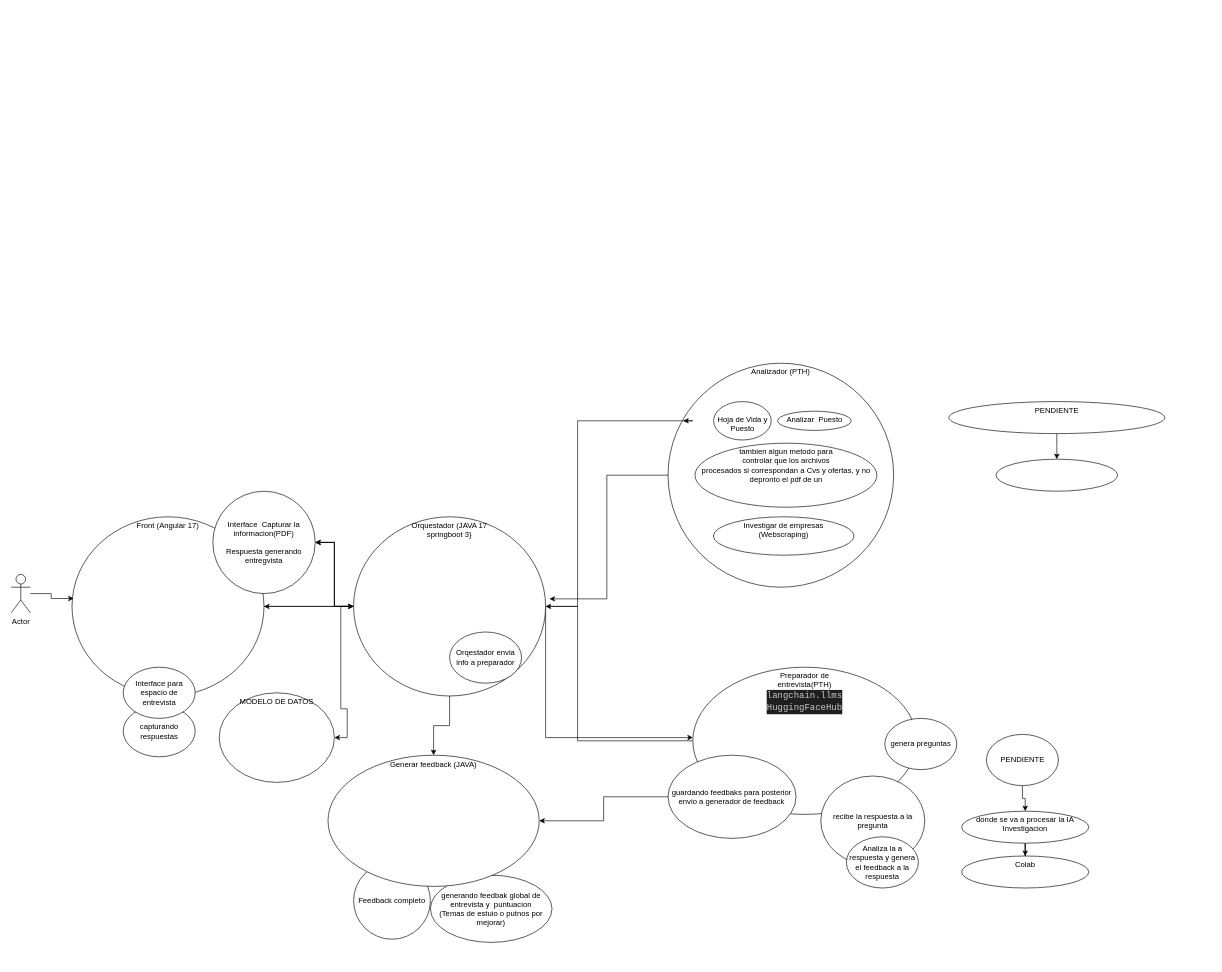
This is page "Diagrama de arquitectura" (2 of 3) of SistemaEntrevistasInteligentes.drawio from EntrevistadorInteligente/si-architecture-diagrams, a draw.io file, before an edit. Source tidied: cells renumbered, new cells numbered last; positions are measured from the earlier drawing's top-left corner, leaving out a move shared by most shapes. Both pictures are drawn from the tidied source at 64%, with x=0, y=0 at pixel (11, 363).
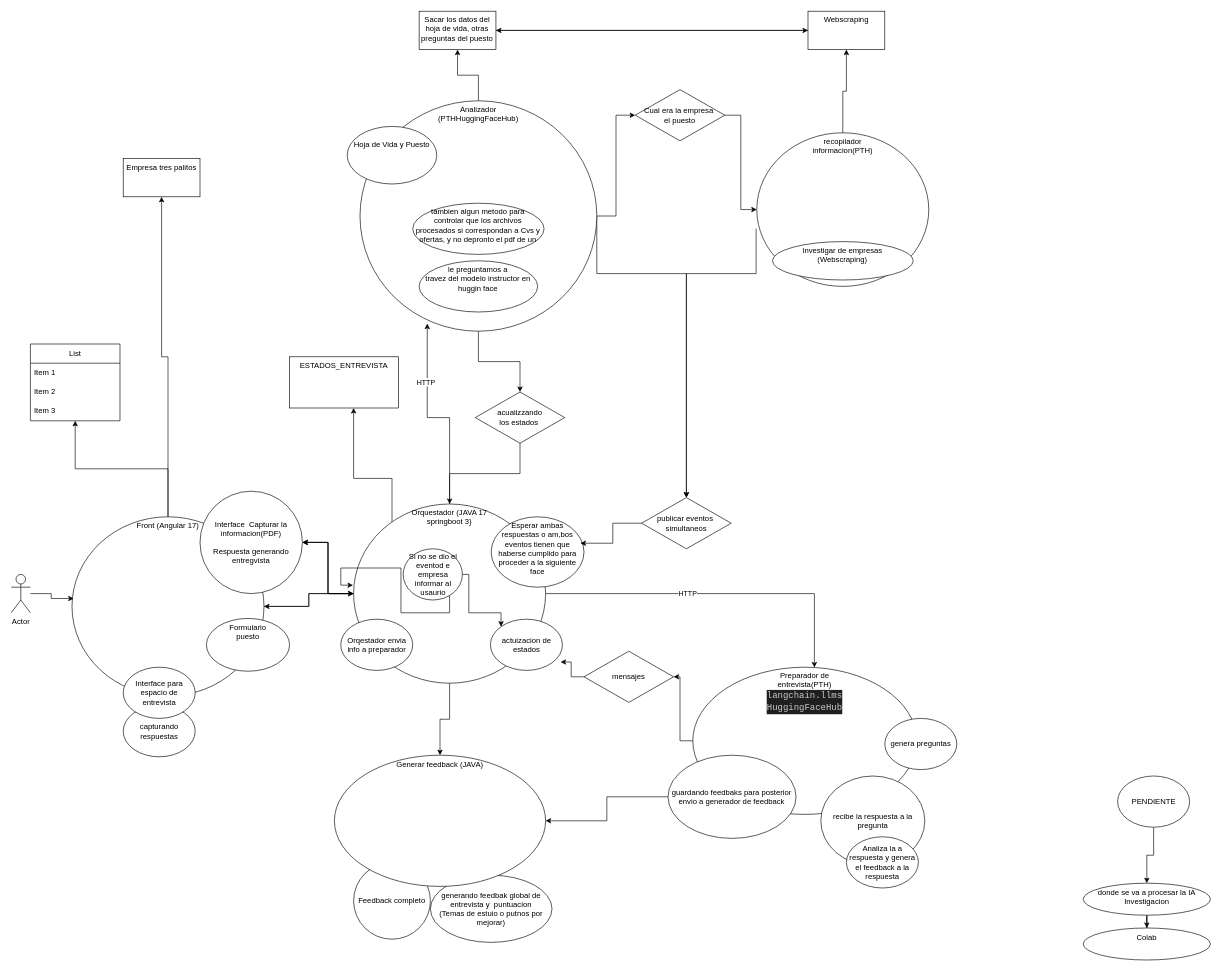
After the change.

The change refers to these unchanged cells:
```xml
<mxCell id="14" value="Preparador de &lt;br&gt;entrevista(PTH)&lt;br&gt;&lt;div style=&quot;color: rgb(204, 204, 204); background-color: rgb(31, 31, 31); font-family: Consolas, &amp;quot;Courier New&amp;quot;, monospace; font-size: 14px; line-height: 19px;&quot;&gt;langchain.llms &lt;br&gt;HuggingFaceHub&lt;/div&gt;" style="ellipse;whiteSpace=wrap;html=1;verticalAlign=top;" parent="1" vertex="1">
  <mxGeometry x="1065" y="475" width="350" height="230" as="geometry" />
</mxCell>
<mxCell id="19" value="Front (Angular 17)" style="ellipse;whiteSpace=wrap;html=1;verticalAlign=top;" parent="1" vertex="1">
  <mxGeometry x="95" y="240" width="300" height="280" as="geometry" />
</mxCell>
```

What changed in the source:
```diff
@@
-    <mxCell id="2" style="edgeStyle=orthogonalEdgeStyle;rounded=0;jettySize=auto;html=1;" parent="1" edge="1" source="8" target="14">
-      <mxGeometry relative="1" as="geometry">
-        <Array as="points">
-          <mxPoint x="835" y="585" />
-        </Array>
-      </mxGeometry>
-    </mxCell>
@@
-    <mxCell id="7" style="edgeStyle=orthogonalEdgeStyle;rounded=0;jettySize=auto;html=1;" parent="1" edge="1" source="8" target="38">
-      <mxGeometry relative="1" as="geometry" />
-    </mxCell>
+    <mxCell id="44" style="edgeStyle=orthogonalEdgeStyle;rounded=0;jettySize=auto;html=1;" parent="1" edge="1" source="8" target="51">
+      <mxGeometry relative="1" as="geometry">
+        <Array as="points">
+          <mxPoint x="595" y="180" />
+          <mxPoint x="535" y="180" />
+          <mxPoint x="535" y="30" />
+        </Array>
+      </mxGeometry>
+    </mxCell>
+    <mxCell id="2" style="edgeStyle=orthogonalEdgeStyle;rounded=0;jettySize=auto;html=1;" parent="1" edge="1" source="8" target="14">
+      <mxGeometry relative="1" as="geometry">
+        <Array as="points">
+          <mxPoint x="1255" y="360" />
+        </Array>
+      </mxGeometry>
+    </mxCell>
+    <mxCell id="45" value="HTTP" style="edgeLabel;html=1;align=center;verticalAlign=middle;" parent="2" vertex="1">
+      <mxGeometry x="-0.06" y="-3" relative="1" as="geometry">
+        <mxPoint x="-31" y="-3" as="offset" />
+      </mxGeometry>
+    </mxCell>
     <mxCell id="8" value="Orquestador (JAVA 17&lt;br&gt;springboot 3}" style="ellipse;whiteSpace=wrap;html=1;verticalAlign=top;" parent="1" vertex="1">
-      <mxGeometry x="535" y="240" width="300" height="280" as="geometry" />
+      <mxGeometry x="535" y="220" width="300" height="280" as="geometry" />
     </mxCell>
+    <mxCell id="46" style="edgeStyle=orthogonalEdgeStyle;rounded=0;jettySize=auto;html=1;" parent="1" edge="1" source="9" target="71">
+      <mxGeometry relative="1" as="geometry" />
+    </mxCell>
+    <mxCell id="47" style="edgeStyle=orthogonalEdgeStyle;rounded=0;jettySize=auto;html=1;entryX=0.5;entryY=0;entryDx=0;entryDy=0;exitX=-0.004;exitY=0.624;exitDx=0;exitDy=0;exitPerimeter=0;" parent="1" edge="1" source="9" target="73">
+      <mxGeometry relative="1" as="geometry">
+        <Array as="points">
+          <mxPoint x="1164" y="-140" />
+          <mxPoint x="1055" y="-140" />
+        </Array>
+      </mxGeometry>
+    </mxCell>
-    <mxCell id="9" value="Analizador (PTH)" style="ellipse;whiteSpace=wrap;html=1;verticalAlign=top;" parent="1" vertex="1">
-      <mxGeometry x="1026.3" width="352.5" height="350" as="geometry" />
+    <mxCell id="9" value="recopilador&lt;br&gt;informacion(PTH)" style="ellipse;whiteSpace=wrap;html=1;verticalAlign=top;" parent="1" vertex="1">
+      <mxGeometry x="1165" y="-360" width="268.7" height="240" as="geometry" />
     </mxCell>
-    <mxCell id="10" value="&lt;br&gt;Hoja de Vida y Puesto" style="ellipse;whiteSpace=wrap;html=1;verticalAlign=top;" parent="1" vertex="1">
-      <mxGeometry x="1097.5" y="60" width="90" height="60" as="geometry" />
-    </mxCell>
-    <mxCell id="11" value="Analizar&amp;nbsp;&amp;nbsp;Puesto" style="ellipse;whiteSpace=wrap;html=1;verticalAlign=top;" parent="1" vertex="1">
-      <mxGeometry x="1197.5" y="75" width="115" height="30" as="geometry" />
-    </mxCell>
     <mxCell id="12" value="Investigar de empresas&lt;br&gt;(Webscraping)" style="ellipse;whiteSpace=wrap;html=1;verticalAlign=top;" parent="1" vertex="1">
-      <mxGeometry x="1097" y="240" width="220" height="60" as="geometry" />
+      <mxGeometry x="1189.4" y="-190" width="220" height="60" as="geometry" />
     </mxCell>
-    <mxCell id="13" style="edgeStyle=orthogonalEdgeStyle;rounded=0;jettySize=auto;html=1;" parent="1" edge="1" source="14" target="8">
-      <mxGeometry relative="1" as="geometry">
-        <Array as="points">
-          <mxPoint x="885" y="590" />
-          <mxPoint x="885" y="380" />
-        </Array>
-      </mxGeometry>
-    </mxCell>
+    <mxCell id="48" style="edgeStyle=orthogonalEdgeStyle;rounded=0;jettySize=auto;html=1;" parent="1" edge="1" source="14" target="75">
+      <mxGeometry relative="1" as="geometry" />
+    </mxCell>
@@
-    <mxCell id="15" style="edgeStyle=orthogonalEdgeStyle;rounded=0;jettySize=auto;html=1;entryX=0.067;entryY=0.257;entryDx=0;entryDy=0;entryPerimeter=0;" parent="1" edge="1" source="8" target="9">
-      <mxGeometry relative="1" as="geometry">
-        <Array as="points">
-          <mxPoint x="885" y="380" />
-          <mxPoint x="885" y="90" />
-          <mxPoint x="1065" y="90" />
-        </Array>
-      </mxGeometry>
-    </mxCell>
     <mxCell id="16" value="Orqestador envia info a preparador" style="ellipse;whiteSpace=wrap;html=1;" parent="1" vertex="1">
-      <mxGeometry x="685" y="420" width="112.5" height="80" as="geometry" />
+      <mxGeometry x="514.9" y="400" width="112.5" height="80" as="geometry" />
     </mxCell>
@@
+    <mxCell id="49" style="edgeStyle=orthogonalEdgeStyle;rounded=0;jettySize=auto;html=1;" parent="1" edge="1" source="19" target="61">
+      <mxGeometry relative="1" as="geometry" />
+    </mxCell>
+    <mxCell id="50" style="edgeStyle=orthogonalEdgeStyle;rounded=0;jettySize=auto;html=1;" parent="1" edge="1" source="19" target="78">
+      <mxGeometry relative="1" as="geometry" />
+    </mxCell>
@@
     <mxCell id="27" value="Generar feedback (JAVA)" style="ellipse;whiteSpace=wrap;html=1;verticalAlign=top;" parent="1" vertex="1">
-      <mxGeometry x="495" y="612.5" width="330" height="205" as="geometry" />
+      <mxGeometry x="505" y="612.5" width="330" height="205" as="geometry" />
     </mxCell>
@@
     <mxCell id="31" value="Interface&amp;nbsp; Capturar la informacion(PDF)&lt;br&gt;&lt;br&gt;Respuesta generando entregvista" style="ellipse;whiteSpace=wrap;html=1;" parent="1" vertex="1">
-      <mxGeometry x="315" y="200" width="160" height="160" as="geometry" />
+      <mxGeometry x="295" y="200" width="160" height="160" as="geometry" />
     </mxCell>
@@
-    <mxCell id="33" value="tambien algun metodo para &lt;br&gt;controlar que los archivos &lt;br&gt;procesados si correspondan a Cvs y ofertas, y no depronto el pdf de un" style="ellipse;whiteSpace=wrap;html=1;verticalAlign=top;" parent="1" vertex="1">
-      <mxGeometry x="1068.5" y="125" width="284.1" height="100" as="geometry" />
-    </mxCell>
-    <mxCell id="34" style="ellipse;whiteSpace=wrap;html=1;verticalAlign=top;" parent="1" vertex="1">
-      <mxGeometry x="1538.8" y="150" width="190" height="50" as="geometry" />
-    </mxCell>
-    <mxCell id="35" style="edgeStyle=orthogonalEdgeStyle;rounded=0;jettySize=auto;html=1;" parent="1" edge="1" source="36" target="34">
-      <mxGeometry relative="1" as="geometry" />
-    </mxCell>
-    <mxCell id="36" value="PENDIENTE" style="ellipse;whiteSpace=wrap;html=1;verticalAlign=top;" parent="1" vertex="1">
-      <mxGeometry x="1465" y="60" width="337.5" height="50" as="geometry" />
-    </mxCell>
-    <mxCell id="37" style="edgeStyle=orthogonalEdgeStyle;rounded=0;jettySize=auto;html=1;entryX=1.02;entryY=0.458;entryDx=0;entryDy=0;entryPerimeter=0;" parent="1" edge="1" source="9" target="8">
-      <mxGeometry relative="1" as="geometry" />
-    </mxCell>
-    <mxCell id="38" value="MODELO DE DATOS" style="ellipse;whiteSpace=wrap;html=1;verticalAlign=top;" parent="1" vertex="1">
-      <mxGeometry x="325" y="515" width="180" height="140" as="geometry" />
-    </mxCell>
@@
     <mxCell id="40" value="PENDIENTE" style="ellipse;whiteSpace=wrap;html=1;" parent="1" vertex="1">
-      <mxGeometry x="1523.8" y="580" width="112.5" height="80" as="geometry" />
+      <mxGeometry x="1728.8" y="645" width="112.5" height="80" as="geometry" />
     </mxCell>
@@
     <mxCell id="42" value="donde se va a procesar la IA&lt;br&gt;Investigacion" style="ellipse;whiteSpace=wrap;html=1;verticalAlign=top;" parent="1" vertex="1">
-      <mxGeometry x="1485" y="700" width="198.8" height="50" as="geometry" />
+      <mxGeometry x="1675" y="812.5" width="198.8" height="50" as="geometry" />
     </mxCell>
     <mxCell id="43" value="Colab" style="ellipse;whiteSpace=wrap;html=1;verticalAlign=top;" parent="1" vertex="1">
-      <mxGeometry x="1485" y="770" width="198.8" height="50" as="geometry" />
+      <mxGeometry x="1675" y="882.5" width="198.8" height="50" as="geometry" />
     </mxCell>
+    <mxCell id="51" value="ESTADOS_ENTREVISTA" style="whiteSpace=wrap;html=1;verticalAlign=top;" parent="1" vertex="1">
+      <mxGeometry x="435" y="-10" width="170" height="80" as="geometry" />
+    </mxCell>
+    <mxCell id="52" style="edgeStyle=orthogonalEdgeStyle;rounded=0;jettySize=auto;html=1;entryX=0.5;entryY=0;entryDx=0;entryDy=0;" parent="1" edge="1" source="56" target="60">
+      <mxGeometry relative="1" as="geometry" />
+    </mxCell>
+    <mxCell id="53" style="edgeStyle=orthogonalEdgeStyle;rounded=0;jettySize=auto;html=1;entryX=0;entryY=0.5;entryDx=0;entryDy=0;" parent="1" edge="1" source="56" target="67">
+      <mxGeometry relative="1" as="geometry" />
+    </mxCell>
+    <mxCell id="54" style="edgeStyle=orthogonalEdgeStyle;rounded=0;jettySize=auto;html=1;" parent="1" edge="1" source="56" target="69">
+      <mxGeometry relative="1" as="geometry" />
+    </mxCell>
+    <mxCell id="55" style="edgeStyle=orthogonalEdgeStyle;rounded=0;jettySize=auto;html=1;exitX=1;exitY=0.5;exitDx=0;exitDy=0;" parent="1" edge="1" source="56" target="73">
+      <mxGeometry relative="1" as="geometry">
+        <Array as="points">
+          <mxPoint x="915" y="-140" />
+          <mxPoint x="1055" y="-140" />
+        </Array>
+      </mxGeometry>
+    </mxCell>
+    <mxCell id="56" value="Analizador &lt;br&gt;(PTHHuggingFaceHub&lt;span style=&quot;background-color: initial;&quot;&gt;)&lt;/span&gt;" style="ellipse;whiteSpace=wrap;html=1;verticalAlign=top;" parent="1" vertex="1">
+      <mxGeometry x="545" y="-410" width="370" height="360" as="geometry" />
+    </mxCell>
+    <mxCell id="10" value="&lt;br&gt;Hoja de Vida y Puesto" style="ellipse;whiteSpace=wrap;html=1;verticalAlign=top;" parent="1" vertex="1">
+      <mxGeometry x="525" y="-370" width="140" height="90" as="geometry" />
+    </mxCell>
+    <mxCell id="11" value="Formulario &lt;br&gt;puesto" style="ellipse;whiteSpace=wrap;html=1;verticalAlign=top;" parent="1" vertex="1">
+      <mxGeometry x="305" y="398.8" width="130" height="82.5" as="geometry" />
+    </mxCell>
+    <mxCell id="33" value="tambien algun metodo para &lt;br&gt;controlar que los archivos &lt;br&gt;procesados si correspondan a Cvs y ofertas, y no depronto el pdf de un" style="ellipse;whiteSpace=wrap;html=1;verticalAlign=top;" parent="1" vertex="1">
+      <mxGeometry x="627.4" y="-250" width="205.2" height="80" as="geometry" />
+    </mxCell>
+    <mxCell id="57" style="edgeStyle=orthogonalEdgeStyle;rounded=0;jettySize=auto;html=1;entryX=0.284;entryY=0.967;entryDx=0;entryDy=0;entryPerimeter=0;" parent="1" edge="1" source="8" target="56">
+      <mxGeometry relative="1" as="geometry" />
+    </mxCell>
+    <mxCell id="58" value="HTTP" style="edgeLabel;html=1;align=center;verticalAlign=middle;" parent="57" vertex="1">
+      <mxGeometry x="0.64" y="-1" relative="1" as="geometry">
+        <mxPoint x="-4" y="35" as="offset" />
+      </mxGeometry>
+    </mxCell>
+    <mxCell id="59" style="edgeStyle=orthogonalEdgeStyle;rounded=0;jettySize=auto;html=1;" parent="1" edge="1" source="60" target="8">
+      <mxGeometry relative="1" as="geometry" />
+    </mxCell>
+    <mxCell id="60" value="acualizzando &lt;br&gt;los estados&amp;nbsp;" style="rhombus;whiteSpace=wrap;html=1;" parent="1" vertex="1">
+      <mxGeometry x="725" y="45" width="140" height="80" as="geometry" />
+    </mxCell>
+    <mxCell id="61" value="List" style="swimlane;fontStyle=0;horizontal=1;startSize=30;whiteSpace=wrap;html=1;" parent="1" vertex="1">
+      <mxGeometry x="30" y="-30" width="140" height="120" as="geometry" />
+    </mxCell>
+    <mxCell id="62" value="Item 1" style="text;strokeColor=none;fillColor=none;align=left;verticalAlign=middle;spacingLeft=4;spacingRight=4;overflow=hidden;whiteSpace=wrap;html=1;" parent="61" vertex="1">
+      <mxGeometry y="30" width="140" height="30" as="geometry" />
+    </mxCell>
+    <mxCell id="63" value="Item 2" style="text;strokeColor=none;fillColor=none;align=left;verticalAlign=middle;spacingLeft=4;spacingRight=4;overflow=hidden;whiteSpace=wrap;html=1;" parent="61" vertex="1">
+      <mxGeometry y="60" width="140" height="30" as="geometry" />
+    </mxCell>
+    <mxCell id="64" value="Item 3" style="text;strokeColor=none;fillColor=none;align=left;verticalAlign=middle;spacingLeft=4;spacingRight=4;overflow=hidden;whiteSpace=wrap;html=1;" parent="61" vertex="1">
+      <mxGeometry y="90" width="140" height="30" as="geometry" />
+    </mxCell>
+    <mxCell id="65" value="le preguntamos a &lt;br&gt;travez del modelo instructor en huggin face" style="ellipse;whiteSpace=wrap;html=1;verticalAlign=top;" parent="1" vertex="1">
+      <mxGeometry x="637.4" y="-160" width="185.2" height="80" as="geometry" />
+    </mxCell>
+    <mxCell id="66" style="edgeStyle=orthogonalEdgeStyle;rounded=0;jettySize=auto;html=1;" parent="1" edge="1" source="67" target="9">
+      <mxGeometry relative="1" as="geometry" />
+    </mxCell>
+    <mxCell id="67" value="Cual era la empresa&amp;nbsp;&lt;br&gt;el puesto" style="rhombus;whiteSpace=wrap;html=1;" parent="1" vertex="1">
+      <mxGeometry x="975" y="-427.5" width="140" height="80" as="geometry" />
+    </mxCell>
+    <mxCell id="68" style="edgeStyle=orthogonalEdgeStyle;rounded=0;jettySize=auto;html=1;entryX=0;entryY=0.5;entryDx=0;entryDy=0;" parent="1" edge="1" source="69" target="71">
+      <mxGeometry relative="1" as="geometry" />
+    </mxCell>
+    <mxCell id="69" value="Sacar los datos del hoja de vida, otras preguntas del puesto" style="whiteSpace=wrap;html=1;verticalAlign=top;" parent="1" vertex="1">
+      <mxGeometry x="637.4" y="-550" width="120" height="60" as="geometry" />
+    </mxCell>
+    <mxCell id="70" style="edgeStyle=orthogonalEdgeStyle;rounded=0;jettySize=auto;html=1;entryX=1;entryY=0.5;entryDx=0;entryDy=0;" parent="1" edge="1" source="71" target="69">
+      <mxGeometry relative="1" as="geometry" />
+    </mxCell>
+    <mxCell id="71" value="Webscraping" style="whiteSpace=wrap;html=1;verticalAlign=top;" parent="1" vertex="1">
+      <mxGeometry x="1245" y="-550" width="120" height="60" as="geometry" />
+    </mxCell>
+    <mxCell id="72" value="Esperar ambas &lt;br&gt;respuestas o am,bos eventos tienen que haberse cumplido para proceder a la siguiente face" style="ellipse;whiteSpace=wrap;html=1;verticalAlign=top;" parent="1" vertex="1">
+      <mxGeometry x="750" y="240" width="145" height="110" as="geometry" />
+    </mxCell>
+    <mxCell id="73" value="publicar eventos&amp;nbsp;&lt;br&gt;simultaneos" style="rhombus;whiteSpace=wrap;html=1;" parent="1" vertex="1">
+      <mxGeometry x="985" y="210" width="140" height="80" as="geometry" />
+    </mxCell>
+    <mxCell id="74" style="edgeStyle=orthogonalEdgeStyle;rounded=0;jettySize=auto;html=1;entryX=0.962;entryY=0.375;entryDx=0;entryDy=0;entryPerimeter=0;" parent="1" edge="1" source="73" target="72">
+      <mxGeometry relative="1" as="geometry" />
+    </mxCell>
+    <mxCell id="75" value="mensajes" style="rhombus;whiteSpace=wrap;html=1;" parent="1" vertex="1">
+      <mxGeometry x="895" y="450" width="140" height="80" as="geometry" />
+    </mxCell>
+    <mxCell id="76" value="actuizacion de estados" style="ellipse;whiteSpace=wrap;html=1;" parent="1" vertex="1">
+      <mxGeometry x="748.8" y="400" width="112.5" height="80" as="geometry" />
+    </mxCell>
+    <mxCell id="77" style="edgeStyle=orthogonalEdgeStyle;rounded=0;jettySize=auto;html=1;entryX=0.974;entryY=0.836;entryDx=0;entryDy=0;entryPerimeter=0;" parent="1" edge="1" source="75" target="76">
+      <mxGeometry relative="1" as="geometry" />
+    </mxCell>
+    <mxCell id="78" value="Empresa tres palitos" style="whiteSpace=wrap;html=1;verticalAlign=top;" parent="1" vertex="1">
+      <mxGeometry x="175" y="-320" width="120" height="60" as="geometry" />
+    </mxCell>
+    <mxCell id="79" style="edgeStyle=orthogonalEdgeStyle;rounded=0;jettySize=auto;html=1;entryX=0;entryY=0;entryDx=0;entryDy=0;" parent="1" edge="1" source="80" target="76">
+      <mxGeometry relative="1" as="geometry">
+        <Array as="points">
+          <mxPoint x="715" y="330" />
+          <mxPoint x="715" y="390" />
+          <mxPoint x="765" y="390" />
+        </Array>
+      </mxGeometry>
+    </mxCell>
+    <mxCell id="80" value="Si no se dio el eventod e empresa informar al usaurio" style="ellipse;whiteSpace=wrap;html=1;" parent="1" vertex="1">
+      <mxGeometry x="612.5" y="290" width="92.5" height="80" as="geometry" />
+    </mxCell>
+    <mxCell id="81" style="edgeStyle=orthogonalEdgeStyle;rounded=0;jettySize=auto;html=1;entryX=-0.003;entryY=0.453;entryDx=0;entryDy=0;entryPerimeter=0;" parent="1" edge="1" source="80" target="8">
+      <mxGeometry relative="1" as="geometry">
+        <Array as="points">
+          <mxPoint x="685" y="390" />
+          <mxPoint x="609" y="390" />
+          <mxPoint x="609" y="320" />
+          <mxPoint x="515" y="320" />
+          <mxPoint x="515" y="347" />
+        </Array>
+      </mxGeometry>
+    </mxCell>
```
